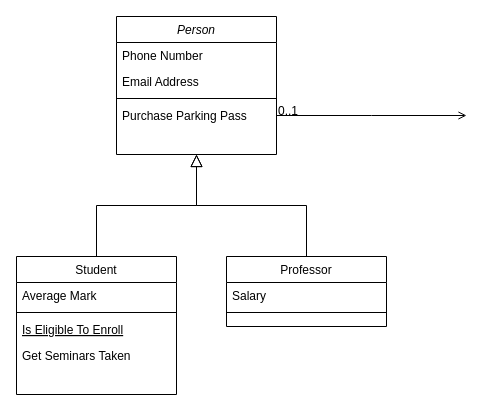
Above: Class Diagram.drawio in Misterpetchz/Object_Oriented_Project (draw.io), before the change. Source tidied: cells renumbered, new cells numbered last; positions are measured from the earlier drawing's top-left corner, leaving out a move shared by most shapes. Both pictures are drawn from the tidied source at 100%, with x=0, y=0 at pixel (16, 16).
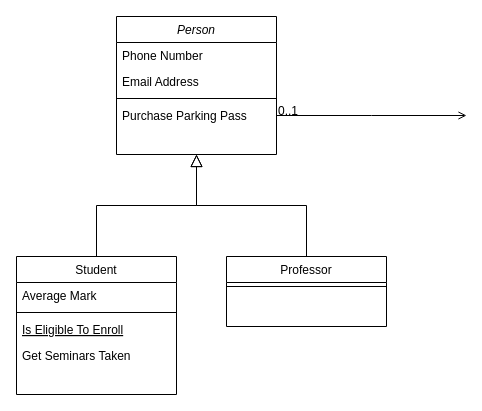
The same page after the edit.

Unchanged cells that the change refers to:
```xml
<mxCell id="13" value="Professor" style="swimlane;fontStyle=0;align=center;verticalAlign=top;horizontal=1;startSize=26;rounded=0;shadow=0;strokeWidth=1;" parent="1" vertex="1">
  <mxGeometry x="210" y="240" width="160" height="70" as="geometry" />
</mxCell>
```

Change to the diagram source:
```diff
@@
-    <mxCell id="14" value="Salary" style="text;align=left;verticalAlign=top;spacingLeft=4;spacingRight=4;overflow=hidden;" parent="13" vertex="1">
-      <mxGeometry y="26" width="160" height="26" as="geometry" />
-    </mxCell>
     <mxCell id="15" style="line;html=1;strokeWidth=1;align=left;verticalAlign=middle;spacingTop=-1;spacingLeft=3;spacingRight=3;labelPosition=right;" parent="13" vertex="1">
-      <mxGeometry y="52" width="160" height="8" as="geometry" />
+      <mxGeometry y="26" width="160" height="8" as="geometry" />
     </mxCell>
```
